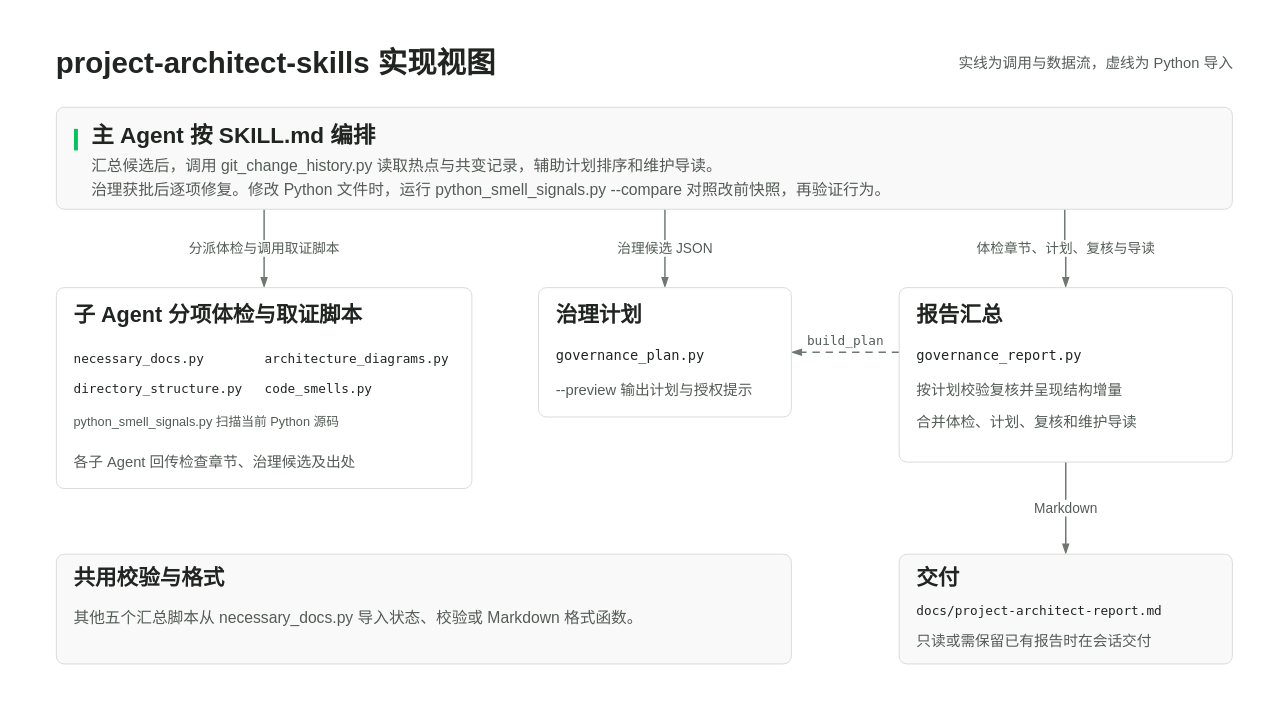
This is docs/diagrams/implementation-architecture.drawio from cabbage2000-lab/project-architect-skills, a draw.io file, before an edit. Source tidied: cells renumbered, new cells numbered last; positions are measured from the earlier drawing's top-left corner, leaving out a move shared by most shapes. Both pictures are drawn from the tidied source at 98%, with x=0, y=0 at pixel (17, 17).
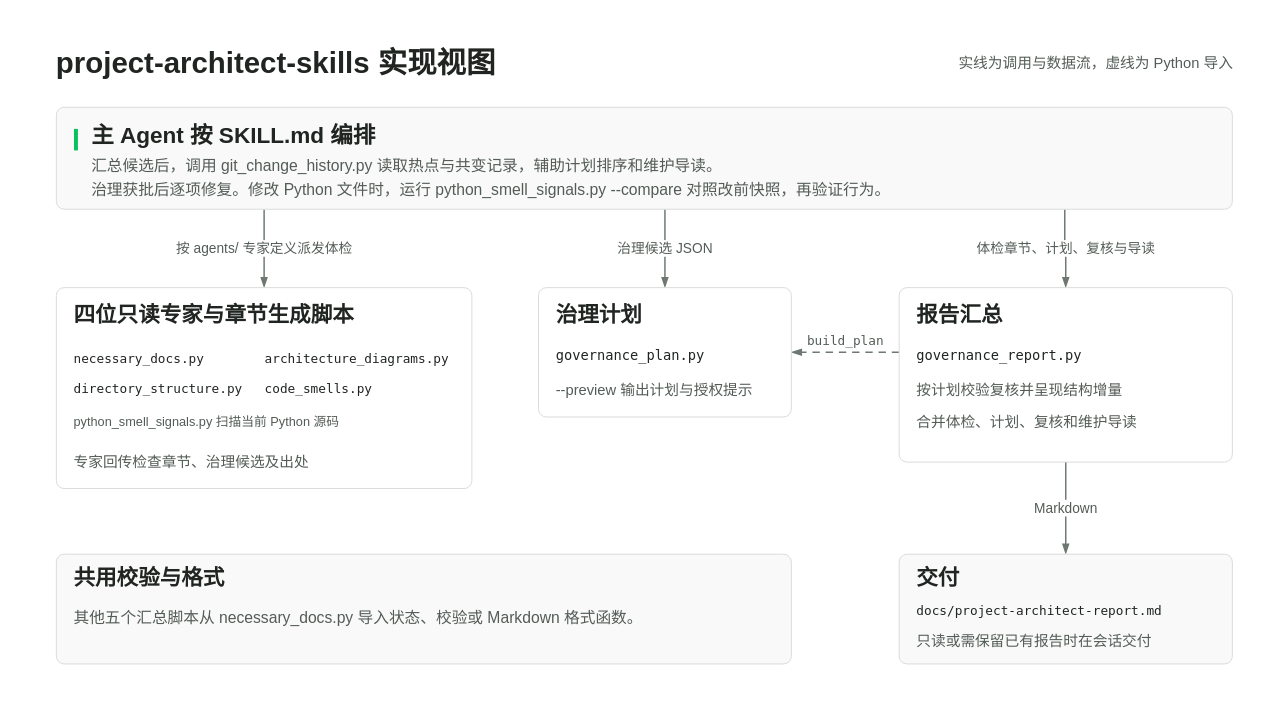
After the change.

Commit message (it also covers changes not shown here):
按用户意图将项目检查分派给对应专家

Unchanged cells that the change refers to:
```xml
<mxCell id="2" style="rounded=0;fillColor=#FFFFFF;strokeColor=none;html=1;" parent="1" vertex="1">
  <mxGeometry width="1280" height="704" as="geometry" />
</mxCell>
<mxCell id="10" style="rounded=1;absoluteArcSize=1;arcSize=16;strokeWidth=1;html=1;fillColor=#F9F9F9;strokeColor=#D8DDD9;" parent="2" vertex="1">
  <mxGeometry x="40" y="92" width="1200" height="104" as="geometry" />
</mxCell>
<mxCell id="15" style="rounded=1;absoluteArcSize=1;arcSize=16;strokeWidth=1;html=1;fillColor=#FFFFFF;strokeColor=#D8DDD9;" parent="2" vertex="1">
  <mxGeometry x="40" y="276" width="424" height="205" as="geometry" />
</mxCell>
```

Diff of the diagram source:
```diff
@@
-    <mxCell id="5" value="分派体检与调用取证脚本" style="edgeStyle=orthogonalEdgeStyle;rounded=1;jettySize=auto;html=1;strokeColor=#6E7871;strokeWidth=1.5;endArrow=blockThin;endFill=1;endSize=7;fontFamily=PingFang SC;fontSize=14;fontColor=#535C56;labelBackgroundColor=#FFFFFF;exitX=0.176666667;exitY=1;entryX=0.5;entryY=0;" parent="2" edge="1" source="10" target="15">
+    <mxCell id="5" value="按 agents/ 专家定义派发体检" style="edgeStyle=orthogonalEdgeStyle;rounded=1;jettySize=auto;html=1;strokeColor=#6E7871;strokeWidth=1.5;endArrow=blockThin;endFill=1;endSize=7;fontFamily=PingFang SC;fontSize=14;fontColor=#535C56;labelBackgroundColor=#FFFFFF;exitX=0.176666667;exitY=1;entryX=0.5;entryY=0;" parent="2" edge="1" source="10" target="15">
       <mxGeometry relative="1" as="geometry" />
     </mxCell>
@@
-    <mxCell id="16" value="子 Agent 分项体检与取证脚本" style="text;html=1;whiteSpace=nowrap;fillColor=none;strokeColor=none;verticalAlign=middle;spacing=0;fontFamily=PingFang SC;fontSize=22;fontStyle=1;fontColor=#202522;align=left;" parent="15" vertex="1">
+    <mxCell id="16" value="四位只读专家与章节生成脚本" style="text;html=1;whiteSpace=nowrap;fillColor=none;strokeColor=none;verticalAlign=middle;spacing=0;fontFamily=PingFang SC;fontSize=22;fontStyle=1;fontColor=#202522;align=left;" parent="15" vertex="1">
       <mxGeometry x="18" y="13" width="380" height="32" as="geometry" />
     </mxCell>
@@
-    <mxCell id="21" value="各子 Agent 回传检查章节、治理候选及出处" style="text;html=1;whiteSpace=nowrap;fillColor=none;strokeColor=none;verticalAlign=middle;spacing=0;fontFamily=PingFang SC;fontSize=15;fontStyle=0;fontColor=#535C56;align=left;" parent="15" vertex="1">
+    <mxCell id="21" value="专家回传检查章节、治理候选及出处" style="text;html=1;whiteSpace=nowrap;fillColor=none;strokeColor=none;verticalAlign=middle;spacing=0;fontFamily=PingFang SC;fontSize=15;fontStyle=0;fontColor=#535C56;align=left;" parent="15" vertex="1">
       <mxGeometry x="18" y="166" width="380" height="23" as="geometry" />
     </mxCell>
```
